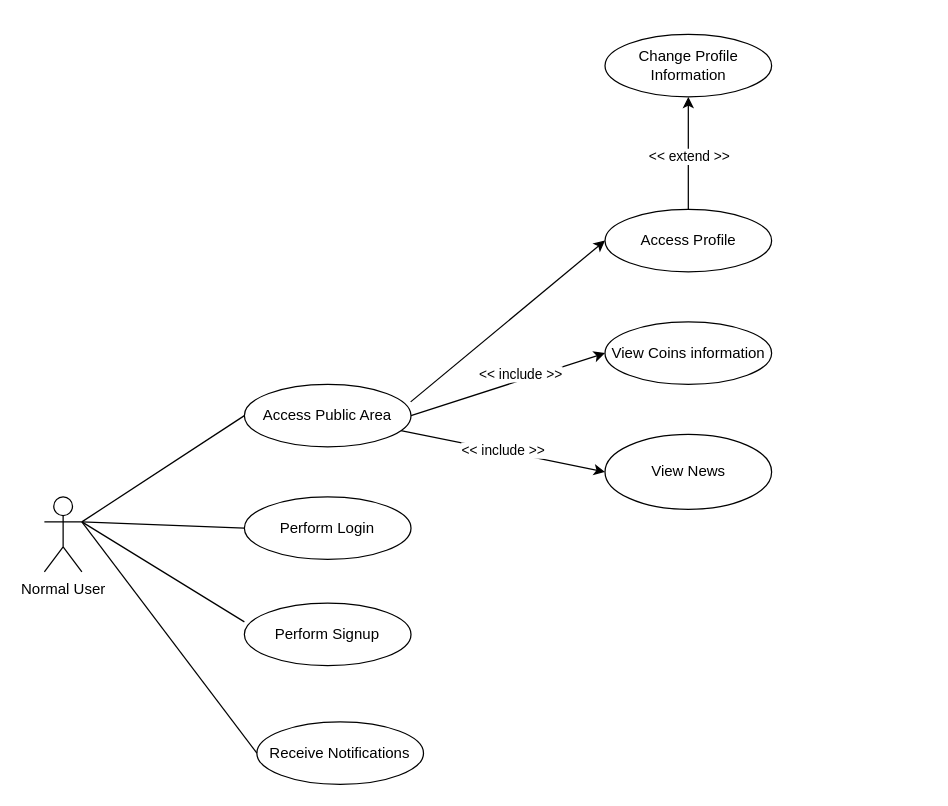
This is page "Normal User" (3 of 4) of Use_Case.drawio from bgabrielma/ES_Project, a draw.io file, before an edit. Source tidied: cells renumbered, new cells numbered last; positions are measured from the earlier drawing's top-left corner, leaving out a move shared by most shapes. Both pictures are drawn from the tidied source at 125%, with x=0, y=0 at pixel (44, 34).
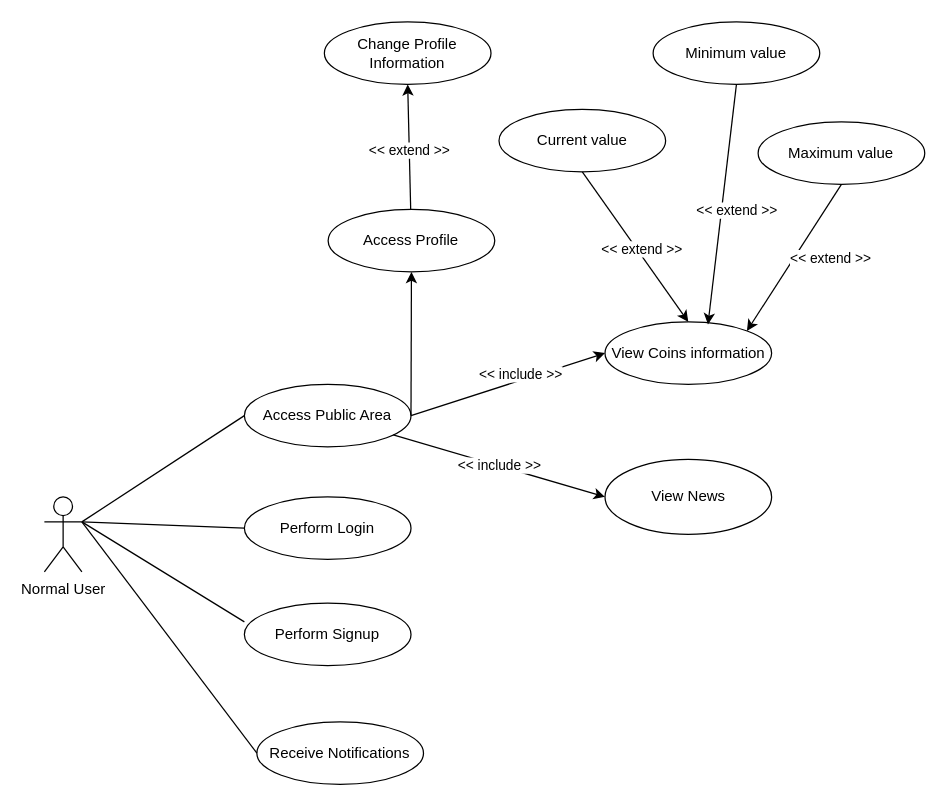
Above is the later version.

Commit message:
feat: added extend information to coin information

Unchanged cells that the change refers to:
```xml
<mxCell id="3" value="Access Public Area" style="ellipse;whiteSpace=wrap;html=1;" parent="1" vertex="1">
  <mxGeometry x="160" y="280" width="133.3" height="50" as="geometry" />
</mxCell>
<mxCell id="8" value="View Coins information" style="ellipse;whiteSpace=wrap;html=1;" parent="1" vertex="1">
  <mxGeometry x="448.5" y="230" width="133.3" height="50" as="geometry" />
</mxCell>
```

Change to the diagram source:
```diff
@@
     <mxCell id="6" value="Access Profile" style="ellipse;whiteSpace=wrap;html=1;" parent="1" vertex="1">
-      <mxGeometry x="448.5" y="140" width="133.3" height="50" as="geometry" />
+      <mxGeometry x="227" y="140" width="133.3" height="50" as="geometry" />
     </mxCell>
-    <mxCell id="7" style="endArrow=classic;html=1;rounded=0;exitX=0.998;exitY=0.28;exitDx=0;exitDy=0;exitPerimeter=0;entryX=0;entryY=0.5;entryDx=0;entryDy=0;" parent="1" edge="1" source="3" target="6">
+    <mxCell id="7" style="endArrow=classic;html=1;rounded=0;exitX=1;exitY=0.5;exitDx=0;exitDy=0;entryX=0.5;entryY=1;entryDx=0;entryDy=0;" parent="1" edge="1" source="3" target="6">
       <mxGeometry relative="1" as="geometry" />
     </mxCell>
@@
     <mxCell id="9" value="View News" style="ellipse;whiteSpace=wrap;html=1;" parent="1" vertex="1">
-      <mxGeometry x="448.5" y="320" width="133.3" height="60" as="geometry" />
+      <mxGeometry x="448.5" y="340" width="133.3" height="60" as="geometry" />
     </mxCell>
@@
     <mxCell id="16" value="Change Profile Information" style="ellipse;whiteSpace=wrap;html=1;" parent="1" vertex="1">
-      <mxGeometry x="448.5" width="133.3" height="50" as="geometry" />
+      <mxGeometry x="224" y="-10" width="133.3" height="50" as="geometry" />
     </mxCell>
@@
+    <mxCell id="21" value="Current value" style="ellipse;whiteSpace=wrap;html=1;" parent="1" vertex="1">
+      <mxGeometry x="363.7" y="60" width="133.3" height="50" as="geometry" />
+    </mxCell>
+    <mxCell id="22" value="Minimum value" style="ellipse;whiteSpace=wrap;html=1;" parent="1" vertex="1">
+      <mxGeometry x="487" y="-10" width="133.3" height="50" as="geometry" />
+    </mxCell>
+    <mxCell id="23" value="Maximum value" style="ellipse;whiteSpace=wrap;html=1;" parent="1" vertex="1">
+      <mxGeometry x="571" y="70" width="133.3" height="50" as="geometry" />
+    </mxCell>
+    <mxCell id="24" style="endArrow=classic;html=1;rounded=0;exitX=0.5;exitY=1;exitDx=0;exitDy=0;entryX=0.5;entryY=0;entryDx=0;entryDy=0;" parent="1" edge="1" source="21" target="8">
+      <mxGeometry relative="1" as="geometry" />
+    </mxCell>
+    <mxCell id="25" value="&amp;lt;&amp;lt; extend &amp;gt;&amp;gt;" style="edgeLabel;html=1;align=center;verticalAlign=middle;" parent="24" vertex="1">
+      <mxGeometry x="-0.17" relative="1" as="geometry">
+        <mxPoint x="12" y="12" as="offset" />
+      </mxGeometry>
+    </mxCell>
+    <mxCell id="26" style="endArrow=classic;html=1;rounded=0;exitX=0.5;exitY=1;exitDx=0;exitDy=0;entryX=0.618;entryY=0.04;entryDx=0;entryDy=0;entryPerimeter=0;" parent="1" edge="1" source="22" target="8">
+      <mxGeometry relative="1" as="geometry" />
+    </mxCell>
+    <mxCell id="27" value="&amp;lt;&amp;lt; extend &amp;gt;&amp;gt;" style="edgeLabel;html=1;align=center;verticalAlign=middle;" parent="26" vertex="1">
+      <mxGeometry x="-0.17" relative="1" as="geometry">
+        <mxPoint x="9" y="21" as="offset" />
+      </mxGeometry>
+    </mxCell>
+    <mxCell id="28" style="endArrow=classic;html=1;rounded=0;exitX=0.5;exitY=1;exitDx=0;exitDy=0;entryX=1;entryY=0;entryDx=0;entryDy=0;" parent="1" edge="1" source="23" target="8">
+      <mxGeometry relative="1" as="geometry" />
+    </mxCell>
+    <mxCell id="29" value="&amp;lt;&amp;lt; extend &amp;gt;&amp;gt;" style="edgeLabel;html=1;align=center;verticalAlign=middle;" parent="28" vertex="1">
+      <mxGeometry x="-0.17" relative="1" as="geometry">
+        <mxPoint x="22" y="10" as="offset" />
+      </mxGeometry>
+    </mxCell>
```
